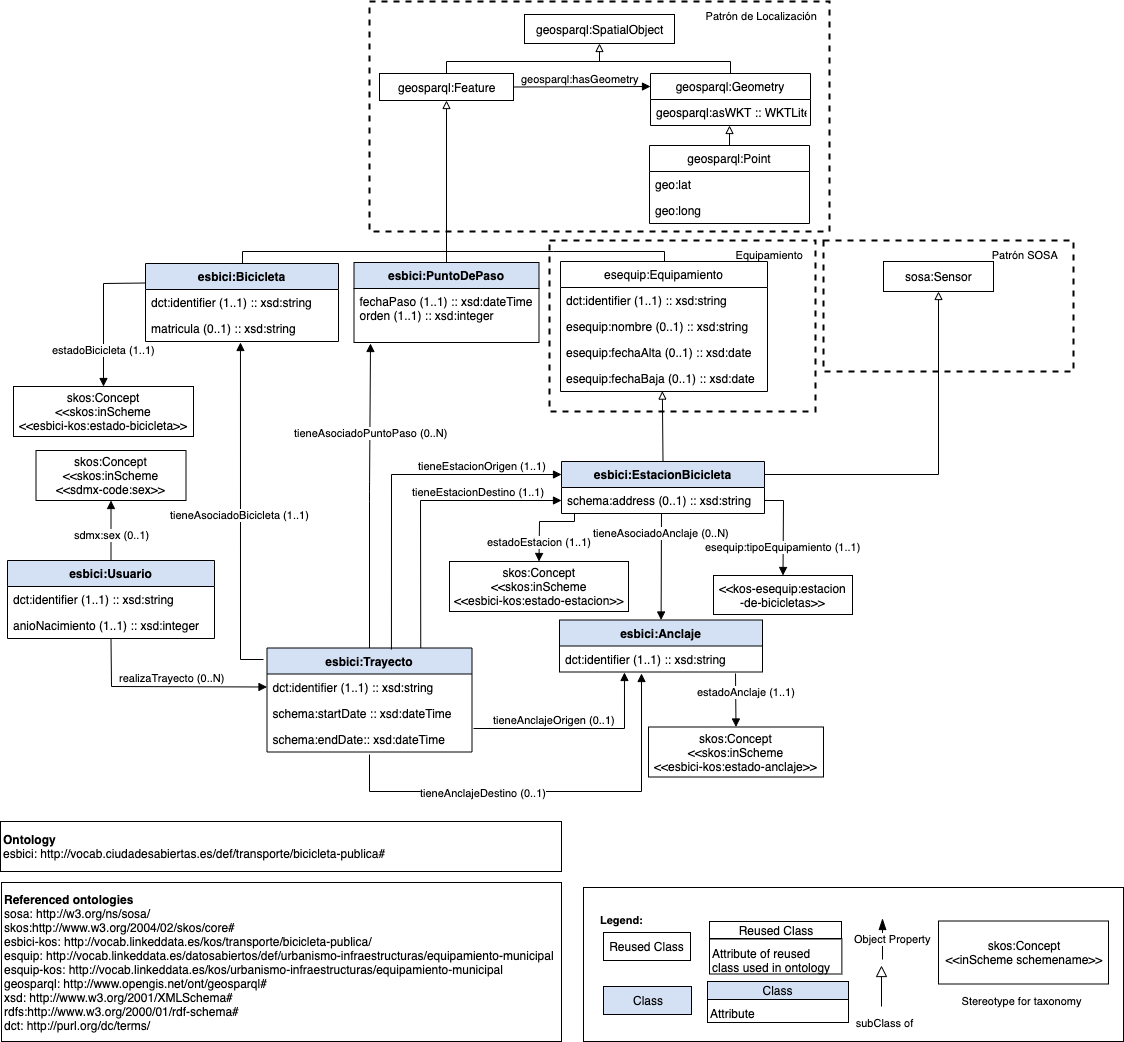
Above: OnToology/Ontology/bicicleta-publica.owl/documentation/doc/resources/images/modeloConceptual.png in opencitydata/transporte-bici-datos-publicos (draw.io), before the change. Source tidied: cells renumbered, new cells last; positions are measured from the earlier drawing's top-left corner, leaving out a move shared by most shapes.
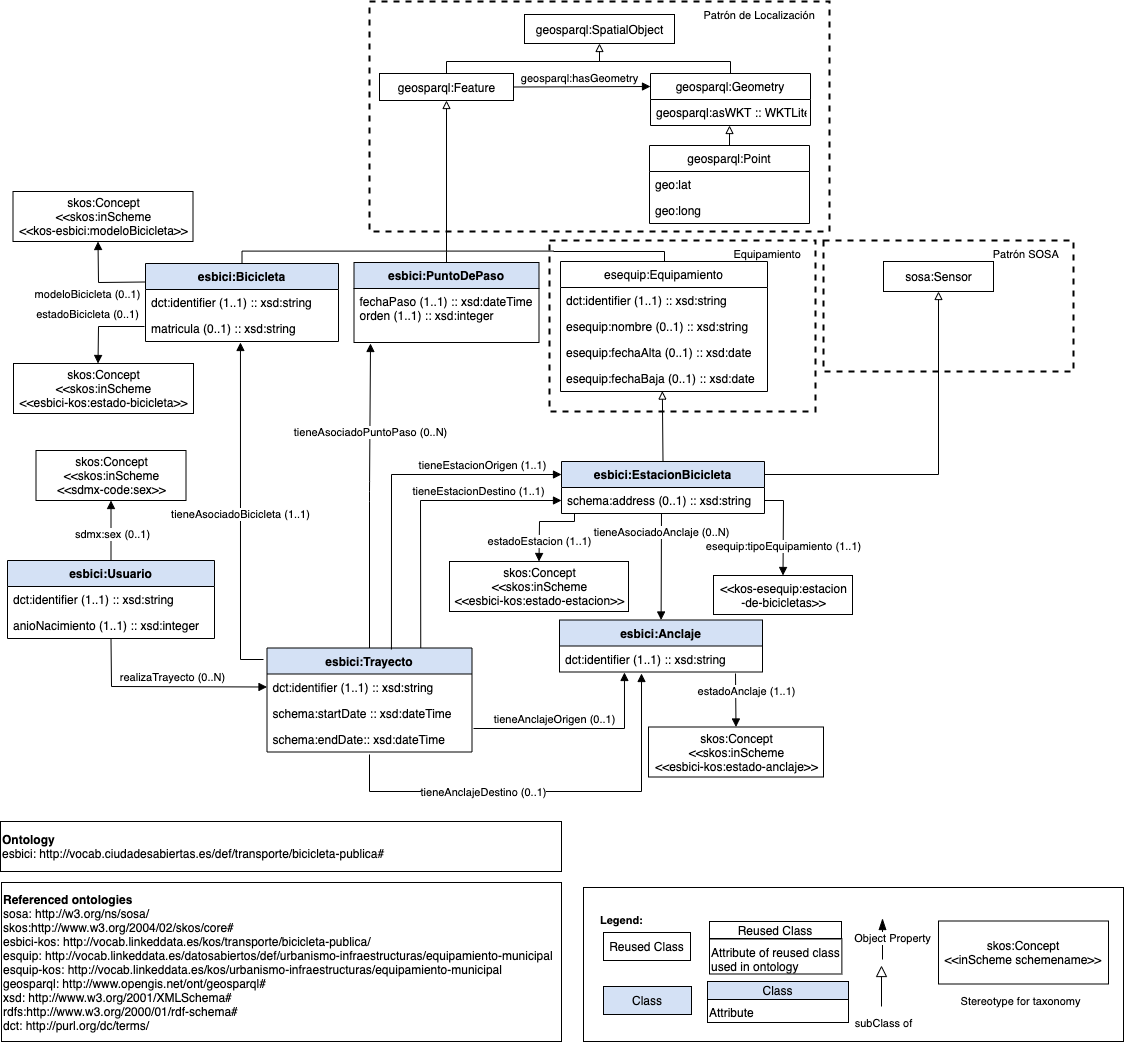
The same file after the commit.

Commit message:
Inclusión skos tipo-modelo-bicicleta en diseño

What changed in the source:
```diff
@@ -125,13 +125,6 @@
         </Array>
       </mxGeometry>
     </mxCell>
-    <mxCell id="30" value="estadoBicicleta (1..1)" style="html=1;verticalAlign=bottom;endArrow=block;entryX=0.5;entryY=0;entryDx=0;entryDy=0;rounded=0;exitX=0;exitY=0.25;exitDx=0;exitDy=0;" parent="1" edge="1" source="22" target="34">
-      <mxGeometry x="0.61" relative="1" as="geometry">
-        <Array as="points">
-          <mxPoint x="103" y="282" />
-        </Array>
-      </mxGeometry>
-    </mxCell>
     <mxCell id="31" value="estadoEstacion (1..1)" style="html=1;verticalAlign=bottom;endArrow=block;entryX=0.5;entryY=0;entryDx=0;entryDy=0;rounded=0;" parent="1" edge="1" target="56">
       <mxGeometry x="0.75" relative="1" as="geometry">
         <mxPoint x="574" y="510" as="sourcePoint" />
@@ -148,7 +141,7 @@
       <mxGeometry x="0.03" y="11" relative="1" as="geometry" />
     </mxCell>
     <mxCell id="34" value="&lt;font color=&quot;#000000&quot;&gt;skos:Concept&lt;br&gt;&amp;lt;&amp;lt;skos:inScheme&lt;br&gt;&amp;lt;&amp;lt;esbici-kos:estado-bicicleta&amp;gt;&amp;gt;&lt;/font&gt;" style="html=1;fontColor=#FF3333;" parent="1" vertex="1">
-      <mxGeometry x="13" y="385" width="180" height="50" as="geometry" />
+      <mxGeometry x="13" y="362" width="180" height="50" as="geometry" />
     </mxCell>
     <mxCell id="35" value="realizaTrayecto (0..N)" style="html=1;verticalAlign=bottom;endArrow=block;rounded=0;exitX=0.5;exitY=1;exitDx=0;exitDy=0;entryX=0;entryY=0.5;entryDx=0;entryDy=0;" parent="1" edge="1" source="18" target="12">
       <mxGeometry x="0.07" relative="1" as="geometry">
@@ -315,5 +308,28 @@
     <mxCell id="75" style="vsdxID=327;fillColor=none;gradientColor=none;shape=(stored shape, 160 characters);labelBackgroundColor=none;rounded=0;html=1;whiteSpace=wrap;" parent="1" vertex="1">
       <mxGeometry x="583" y="886" width="540" height="154" as="geometry" />
     </mxCell>
+    <mxCell id="76" value="&lt;font color=&quot;#000000&quot;&gt;skos:Concept&lt;br&gt;&amp;lt;&amp;lt;skos:inScheme&lt;br&gt;&amp;lt;&amp;lt;kos-esbici:modeloBicicleta&amp;gt;&amp;gt;&lt;/font&gt;" style="html=1;fontColor=#FF3333;" parent="1" vertex="1">
+      <mxGeometry x="12.5" y="190" width="180" height="50" as="geometry" />
+    </mxCell>
+    <mxCell id="77" value="estadoBicicleta (0..1)" style="html=1;verticalAlign=bottom;endArrow=block;exitX=0;exitY=0.5;exitDx=0;exitDy=0;entryX=0.5;entryY=0;entryDx=0;entryDy=0;rounded=0;" parent="1" edge="1">
+      <mxGeometry x="0.11" y="-11" relative="1" as="geometry">
+        <mxPoint x="144" y="325" as="sourcePoint" />
+        <mxPoint x="97.5" y="362" as="targetPoint" />
+        <Array as="points">
+          <mxPoint x="98" y="325" />
+        </Array>
+        <mxPoint y="-3" as="offset" />
+      </mxGeometry>
+    </mxCell>
+    <mxCell id="78" value="modeloBicicleta (0..1)" style="html=1;verticalAlign=bottom;endArrow=block;exitX=0;exitY=0.25;exitDx=0;exitDy=0;rounded=0;entryX=0.5;entryY=1;entryDx=0;entryDy=0;" parent="1" edge="1">
+      <mxGeometry x="0.06" y="24" relative="1" as="geometry">
+        <mxPoint x="144" y="280.5" as="sourcePoint" />
+        <mxPoint x="97.5" y="240" as="targetPoint" />
+        <Array as="points">
+          <mxPoint x="98" y="281" />
+        </Array>
+        <mxPoint x="13" y="21" as="offset" />
+      </mxGeometry>
+    </mxCell>
   </root>
 </mxGraphModel>
```
